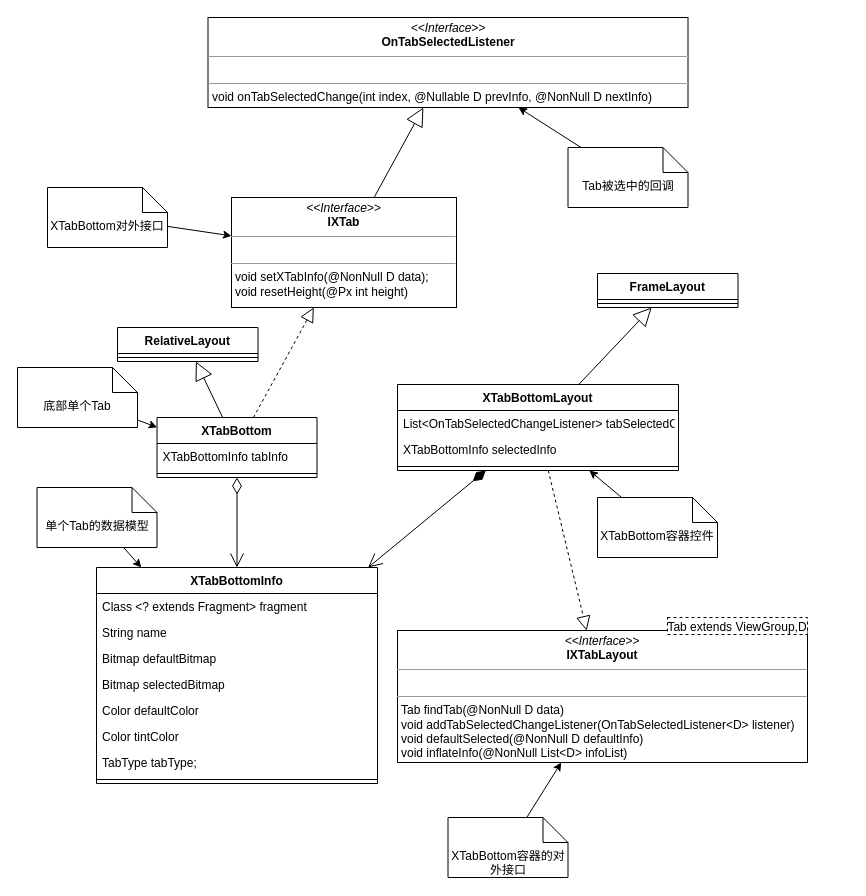
The draw.io diagram XTabBottom类图.drawio in ColonelDarcy2018/excelsior, before the edit. Source tidied: cells renumbered, new cells numbered last; positions are measured from the earlier drawing's top-left corner, leaving out a move shared by most shapes. Both pictures are drawn from the tidied source at 100%, with x=0, y=0 at pixel (17, 17).
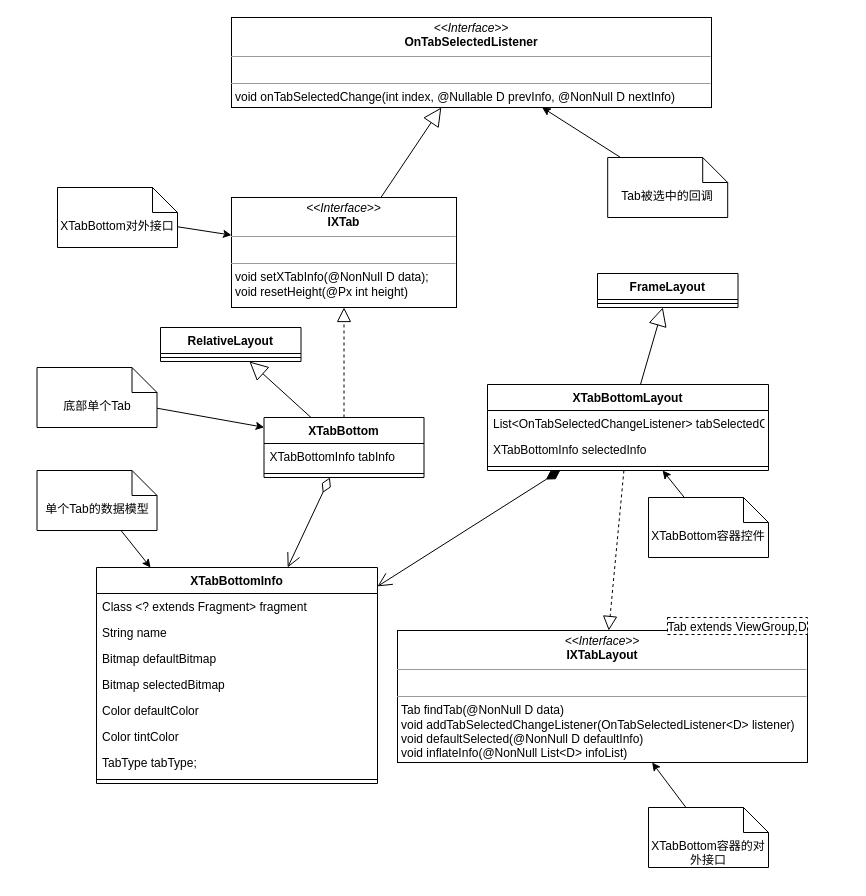
The same diagram, later.

The change refers to these unchanged cells:
```xml
<mxCell id="5" value="XTabBottomInfo" style="swimlane;fontStyle=1;align=center;verticalAlign=top;horizontal=1;startSize=26;" parent="1" vertex="1">
  <mxGeometry x="79" y="550" width="281" height="216" as="geometry" />
</mxCell>
```

Change to the diagram source:
```diff
@@
     <mxCell id="2" value="XTabBottom" style="swimlane;fontStyle=1;align=center;verticalAlign=top;horizontal=1;startSize=26;" parent="1" vertex="1">
-      <mxGeometry x="139.5" y="400" width="160" height="60" as="geometry" />
+      <mxGeometry x="246.5" y="400" width="160" height="60" as="geometry" />
     </mxCell>
@@
     <mxCell id="15" value="单个Tab的数据模型" style="shape=note2;boundedLbl=1;whiteSpace=wrap;html=1;size=25;verticalAlign=top;align=center;" parent="1" vertex="1">
-      <mxGeometry x="19.5" y="470" width="120" height="60" as="geometry" />
+      <mxGeometry x="19.5" y="453" width="120" height="60" as="geometry" />
     </mxCell>
-    <mxCell id="16" style="endArrow=open;html=1;endSize=12;startArrow=diamondThin;startSize=14;startFill=0;edgeStyle=orthogonalEdgeStyle;align=left;verticalAlign=bottom;" parent="1" edge="1" source="2" target="5">
+    <mxCell id="16" style="endArrow=open;html=1;endSize=12;startArrow=diamondThin;startSize=14;startFill=0;align=left;verticalAlign=bottom;" parent="1" edge="1" source="2" target="5">
       <mxGeometry x="-1" y="3" relative="1" as="geometry" />
     </mxCell>
     <mxCell id="17" value="RelativeLayout" style="swimlane;fontStyle=1;align=center;verticalAlign=top;horizontal=1;startSize=26;" parent="1" vertex="1">
-      <mxGeometry x="100" y="310" width="140.5" height="34" as="geometry" />
+      <mxGeometry x="143" y="310" width="140.5" height="34" as="geometry" />
     </mxCell>
@@
     <mxCell id="21" value="底部单个Tab" style="shape=note2;boundedLbl=1;whiteSpace=wrap;html=1;size=25;verticalAlign=top;align=center;" parent="1" vertex="1">
-      <mxGeometry y="350" width="120" height="60" as="geometry" />
+      <mxGeometry x="19.5" y="350" width="120" height="60" as="geometry" />
     </mxCell>
     <mxCell id="22" value="XTabBottomLayout" style="swimlane;fontStyle=1;align=center;verticalAlign=top;horizontal=1;startSize=26;" parent="1" vertex="1">
-      <mxGeometry x="380" y="367" width="281" height="86" as="geometry" />
+      <mxGeometry x="470" y="367" width="281" height="86" as="geometry" />
     </mxCell>
@@
     <mxCell id="31" value="XTabBottom容器控件" style="shape=note2;boundedLbl=1;whiteSpace=wrap;html=1;size=25;verticalAlign=top;align=center;" parent="1" vertex="1">
-      <mxGeometry x="580" y="480" width="120" height="60" as="geometry" />
+      <mxGeometry x="631" y="480" width="120" height="60" as="geometry" />
     </mxCell>
@@
     <mxCell id="34" value="XTabBottom容器的对外接口" style="shape=note2;boundedLbl=1;whiteSpace=wrap;html=1;size=25;verticalAlign=top;align=center;" parent="1" vertex="1">
-      <mxGeometry x="430.5" y="800" width="120" height="60" as="geometry" />
+      <mxGeometry x="631" y="790" width="120" height="60" as="geometry" />
     </mxCell>
@@
     <mxCell id="37" value="XTabBottom对外接口" style="shape=note2;boundedLbl=1;whiteSpace=wrap;html=1;size=25;verticalAlign=top;align=center;" parent="1" vertex="1">
-      <mxGeometry x="30" y="170" width="120" height="60" as="geometry" />
+      <mxGeometry x="40" y="170" width="120" height="60" as="geometry" />
     </mxCell>
     <mxCell id="38" value="&lt;p style=&quot;margin: 0px ; margin-top: 4px ; text-align: center&quot;&gt;&lt;i&gt;&amp;lt;&amp;lt;Interface&amp;gt;&amp;gt;&lt;/i&gt;&lt;br&gt;&lt;b&gt;OnTabSelectedListener&lt;/b&gt;&lt;br&gt;&lt;/p&gt;&lt;hr size=&quot;1&quot;&gt;&lt;p style=&quot;margin: 0px ; margin-left: 4px&quot;&gt;&lt;br&gt;&lt;/p&gt;&lt;hr size=&quot;1&quot;&gt;&lt;p style=&quot;margin: 0px ; margin-left: 4px&quot;&gt;void onTabSelectedChange(int index, @Nullable D prevInfo, @NonNull D nextInfo)&lt;br&gt;&lt;/p&gt;" style="verticalAlign=top;align=left;overflow=fill;fontSize=12;fontFamily=Helvetica;html=1;" parent="1" vertex="1">
-      <mxGeometry x="190.5" width="480" height="90" as="geometry" />
+      <mxGeometry x="214" width="480" height="90" as="geometry" />
     </mxCell>
@@
     <mxCell id="42" value="Tab被选中的回调" style="shape=note2;boundedLbl=1;whiteSpace=wrap;html=1;size=25;verticalAlign=top;align=center;" parent="1" vertex="1">
-      <mxGeometry x="550.5" y="130" width="120" height="60" as="geometry" />
+      <mxGeometry x="590.2" y="140" width="120" height="60" as="geometry" />
     </mxCell>
```
